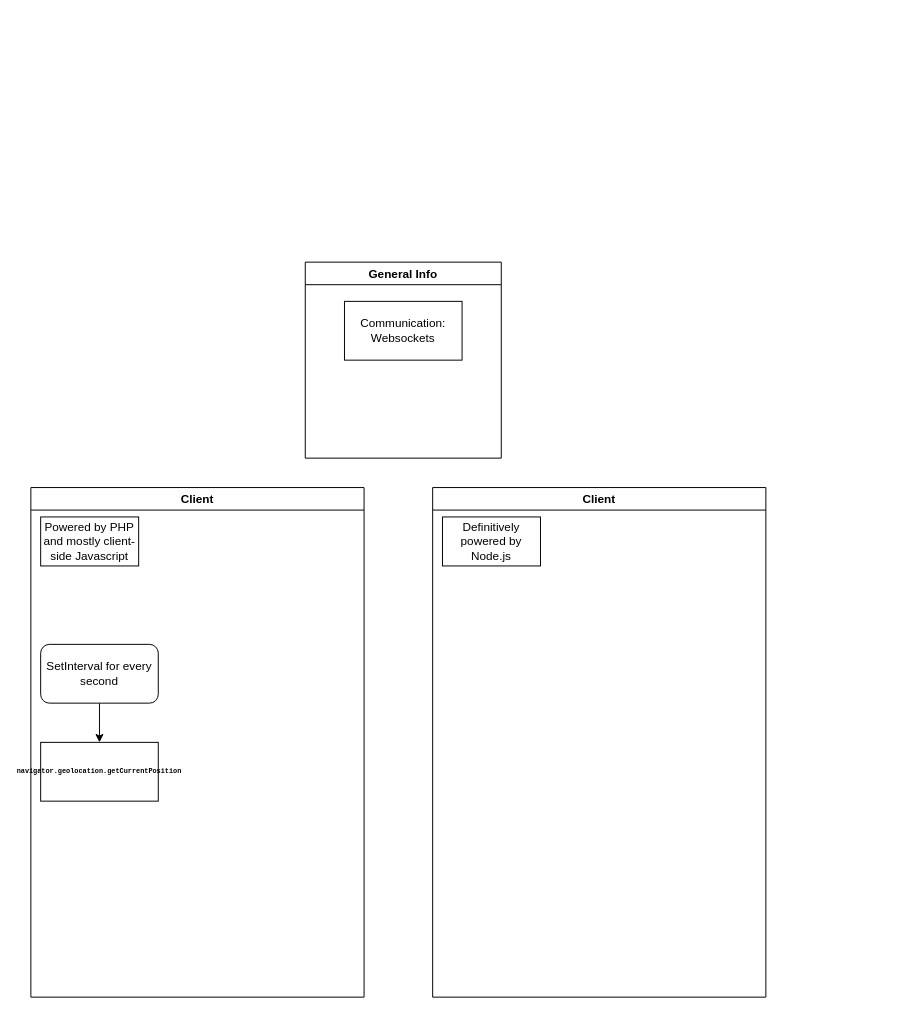
The draw.io diagram among_us_real_life.drawio in TheHackerCoding/dumbideas, before the edit. Source tidied: cells renumbered, new cells numbered last; positions are measured from the earlier drawing's top-left corner, leaving out a move shared by most shapes. Both pictures are drawn from the tidied source at 98%, with x=0, y=0 at pixel (30, 262).
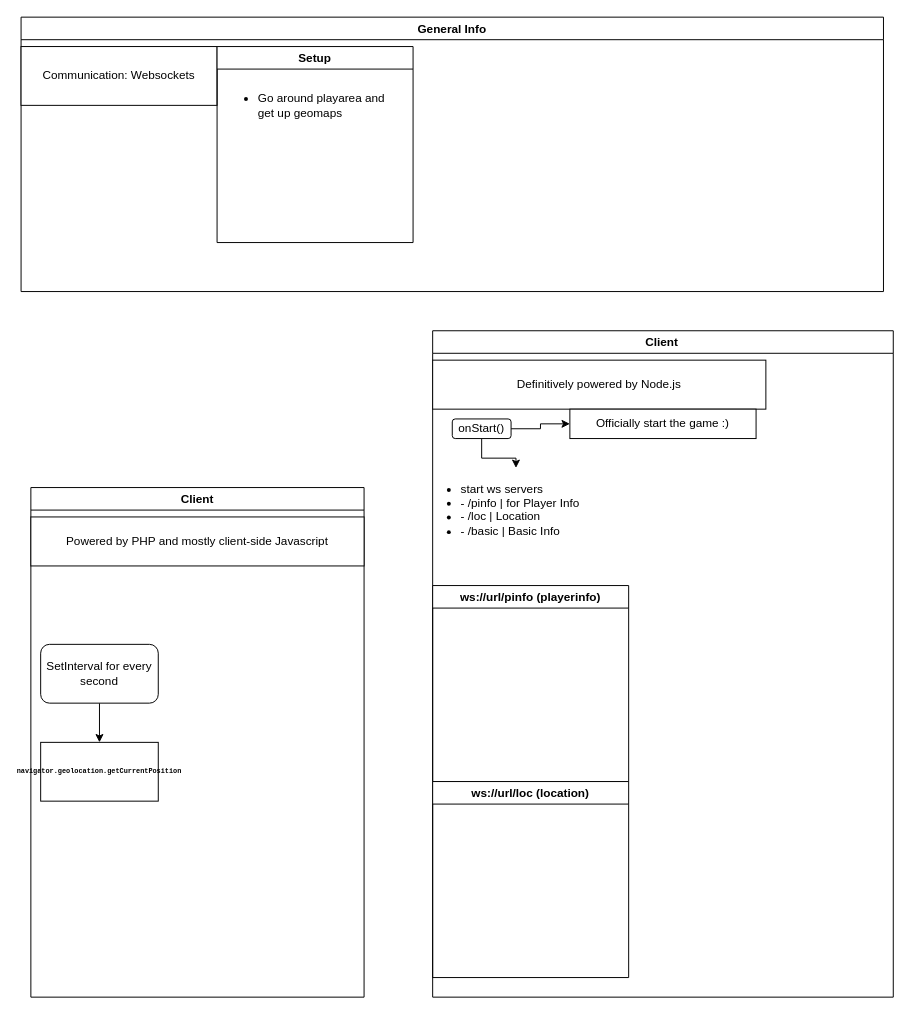
The same page after the edit.

Commit message:
something real is happening

The change refers to these unchanged cells:
```xml
<mxCell id="2" value="Client" style="swimlane;" parent="1" vertex="1">
  <mxGeometry y="230" width="340" height="520" as="geometry" />
</mxCell>
```

Change to the diagram source:
```diff
@@
     <mxCell id="5" value="Powered by PHP and mostly client-side Javascript" style="rounded=0;whiteSpace=wrap;html=1;" parent="2" vertex="1">
-      <mxGeometry x="10" y="30" width="100" height="50" as="geometry" />
+      <mxGeometry y="30" width="340" height="50" as="geometry" />
     </mxCell>
@@
-    <mxCell id="7" value="Client" style="swimlane;" parent="1" vertex="1">
-      <mxGeometry x="410" y="230" width="340" height="520" as="geometry" />
+    <mxCell id="7" value="Client" style="swimlane;spacingRight=2;spacing=4;whiteSpace=wrap;" parent="1" vertex="1">
+      <mxGeometry x="410" y="70" width="470" height="680" as="geometry" />
     </mxCell>
@@
     <mxCell id="9" value="Definitively powered by Node.js " style="rounded=0;whiteSpace=wrap;html=1;" parent="7" vertex="1">
-      <mxGeometry x="10" y="30" width="100" height="50" as="geometry" />
+      <mxGeometry y="30" width="340" height="50" as="geometry" />
     </mxCell>
+    <mxCell id="12" value="ws://url/pinfo (playerinfo)" style="swimlane;" parent="7" vertex="1">
+      <mxGeometry y="260" width="200" height="200" as="geometry" />
+    </mxCell>
+    <mxCell id="13" style="edgeStyle=orthogonalEdgeStyle;rounded=0;jettySize=auto;html=1;" parent="7" edge="1" source="15" target="16">
+      <mxGeometry relative="1" as="geometry" />
+    </mxCell>
+    <mxCell id="14" style="edgeStyle=orthogonalEdgeStyle;rounded=0;jettySize=auto;html=1;" parent="7" edge="1" source="15" target="17">
+      <mxGeometry relative="1" as="geometry" />
+    </mxCell>
+    <mxCell id="15" value="onStart()" style="rounded=1;whiteSpace=wrap;html=1;" parent="7" vertex="1">
+      <mxGeometry x="20" y="90" width="60" height="20" as="geometry" />
+    </mxCell>
+    <mxCell id="16" value="&lt;ul&gt;&lt;li&gt;start ws servers&lt;/li&gt;&lt;li&gt;- /pinfo | for Player Info&lt;/li&gt;&lt;li&gt;- /loc | Location&lt;/li&gt;&lt;li&gt;- /basic | Basic Info&lt;br&gt;&lt;/li&gt;&lt;/ul&gt;" style="text;strokeColor=none;fillColor=none;html=1;verticalAlign=middle;overflow=hidden;labelBorderColor=none;spacingRight=2;spacingBottom=2;spacingLeft=2;" parent="7" vertex="1">
+      <mxGeometry x="-15" y="140" width="200" height="80" as="geometry" />
+    </mxCell>
+    <mxCell id="17" value="&lt;div&gt;Officially start the game :)&lt;/div&gt;" style="rounded=0;whiteSpace=wrap;html=1;" parent="7" vertex="1">
+      <mxGeometry x="140" y="80" width="190" height="30" as="geometry" />
+    </mxCell>
+    <mxCell id="18" value="ws://url/loc (location)" style="swimlane;" parent="7" vertex="1">
+      <mxGeometry y="460" width="200" height="200" as="geometry" />
+    </mxCell>
     <mxCell id="10" value="General Info" style="swimlane;" parent="1" vertex="1">
-      <mxGeometry x="280" width="200" height="200" as="geometry" />
+      <mxGeometry x="-10" y="-250" width="880" height="280" as="geometry" />
     </mxCell>
     <mxCell id="11" value="Communication: Websockets" style="rounded=0;whiteSpace=wrap;html=1;" parent="10" vertex="1">
-      <mxGeometry x="40" y="40" width="120" height="60" as="geometry" />
+      <mxGeometry y="30" width="200" height="60" as="geometry" />
     </mxCell>
+    <mxCell id="19" value="Setup" style="swimlane;html=0;" parent="10" vertex="1">
+      <mxGeometry x="200" y="30" width="200" height="200" as="geometry" />
+    </mxCell>
+    <mxCell id="20" value="&lt;ul&gt;&lt;li&gt;Go around playarea and get up geomaps&lt;br&gt;&lt;/li&gt;&lt;/ul&gt;" style="text;strokeColor=none;fillColor=none;html=1;whiteSpace=wrap;verticalAlign=middle;overflow=hidden;" parent="19" vertex="1">
+      <mxGeometry y="20" width="180" height="80" as="geometry" />
+    </mxCell>
```
